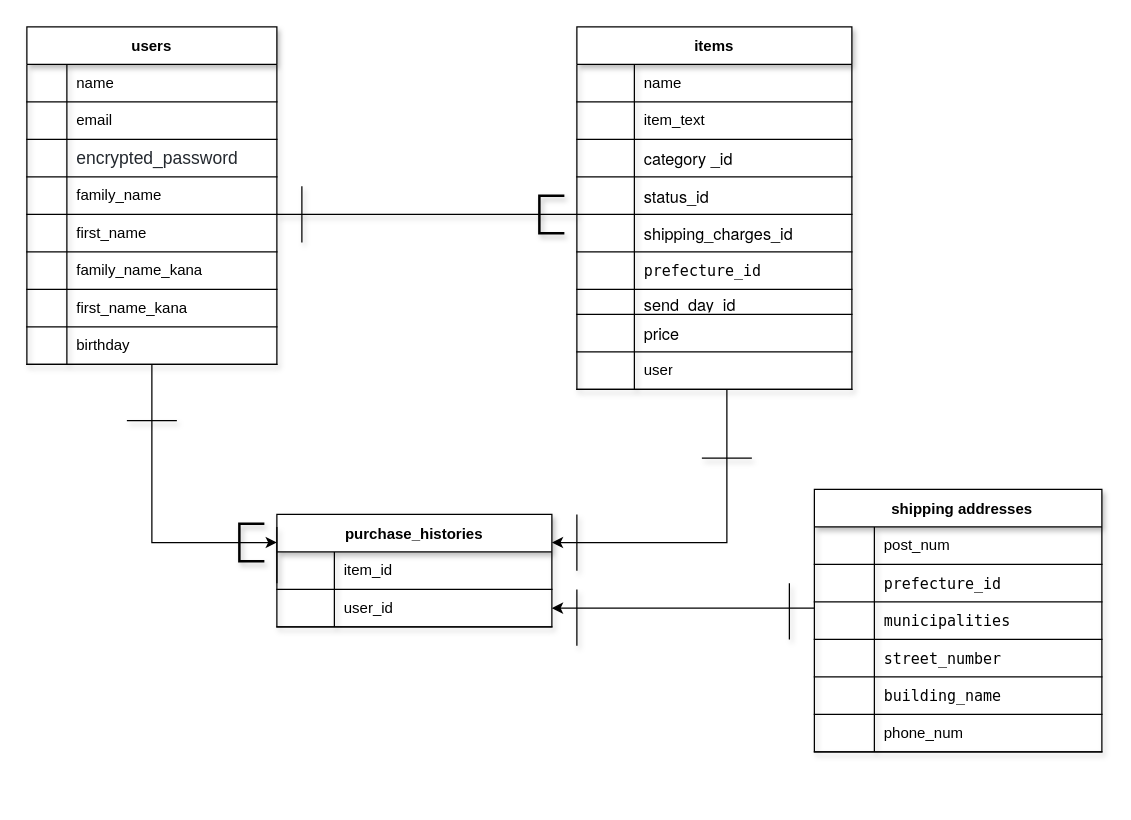
Above: er.dio in hoshino103/furima-36896 (draw.io), before the change. Source tidied: cells renumbered, new cells numbered last; positions are measured from the earlier drawing's top-left corner, leaving out a move shared by most shapes. Both pictures are drawn from the tidied source at 125%, with x=0, y=0 at pixel (26, 26).
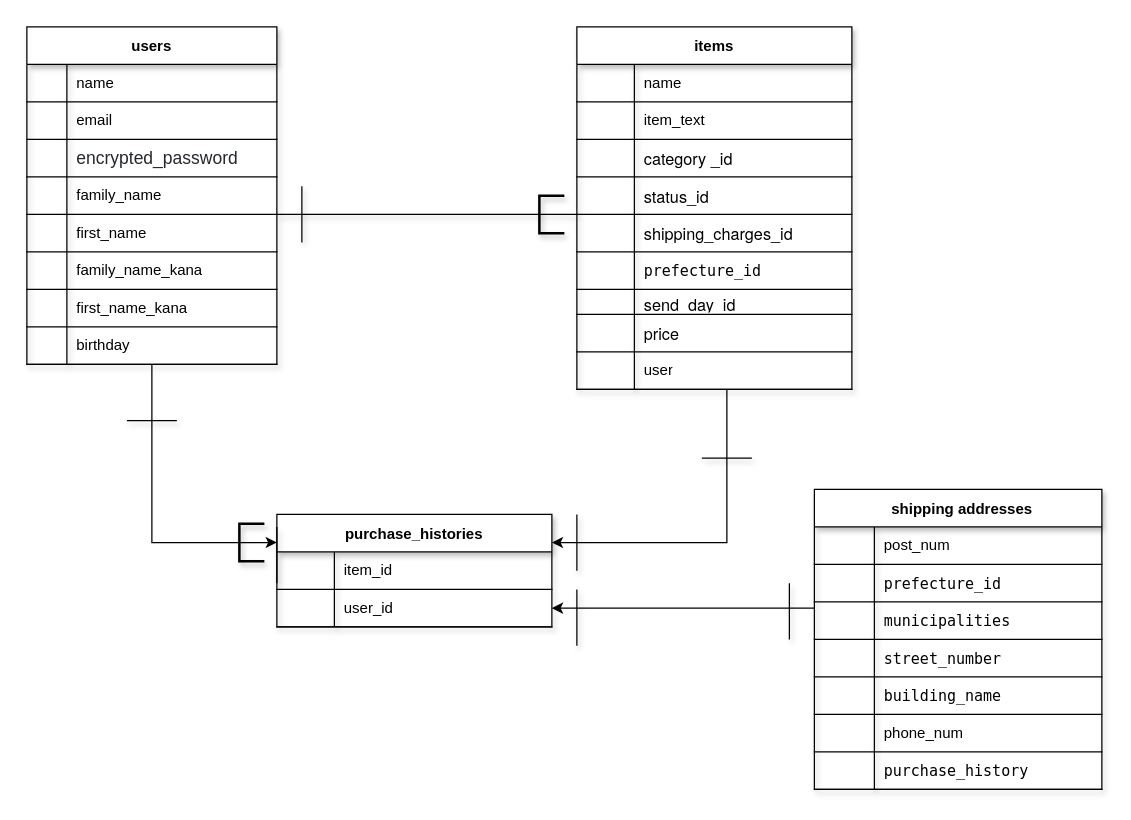
After the change.

Commit message (it also covers changes not shown here):
purchase_history（外部キー）を追加

The edit, as a diff of the source:
```diff
@@
     <mxCell id="65" value="  shipping addresses" style="shape=table;startSize=30;childLayout=tableLayout;rowLines=0;fontStyle=1;align=center;shadow=1;strokeColor=#000000;" parent="1" vertex="1">
-      <mxGeometry x="630" y="370" width="230" height="210" as="geometry" />
+      <mxGeometry x="630" y="370" width="230" height="240" as="geometry" />
     </mxCell>
@@
+    <mxCell id="95" style="shape=partialRectangle;html=1;whiteSpace=wrap;fillColor=none;top=0;left=0;bottom=1;right=0;" parent="65" vertex="1">
+      <mxGeometry y="210" width="230" height="30" as="geometry" />
+    </mxCell>
+    <mxCell id="96" style="shape=partialRectangle;html=1;whiteSpace=wrap;fillColor=none;top=0;left=0;bottom=0;right=0;overflow=hidden;" parent="95" vertex="1">
+      <mxGeometry width="48" height="30" as="geometry" />
+    </mxCell>
+    <mxCell id="97" value="&lt;div style=&quot;background-color: rgb(255 , 255 , 255) ; font-family: &amp;#34;menlo&amp;#34; , &amp;#34;monaco&amp;#34; , &amp;#34;courier new&amp;#34; , monospace ; line-height: 18px&quot;&gt;purchase_history&lt;/div&gt;" style="shape=partialRectangle;html=1;whiteSpace=wrap;fillColor=none;top=0;left=0;bottom=0;right=0;align=left;spacingLeft=6;overflow=hidden;" parent="95" vertex="1">
+      <mxGeometry x="48" width="182" height="30" as="geometry" />
+    </mxCell>
```
